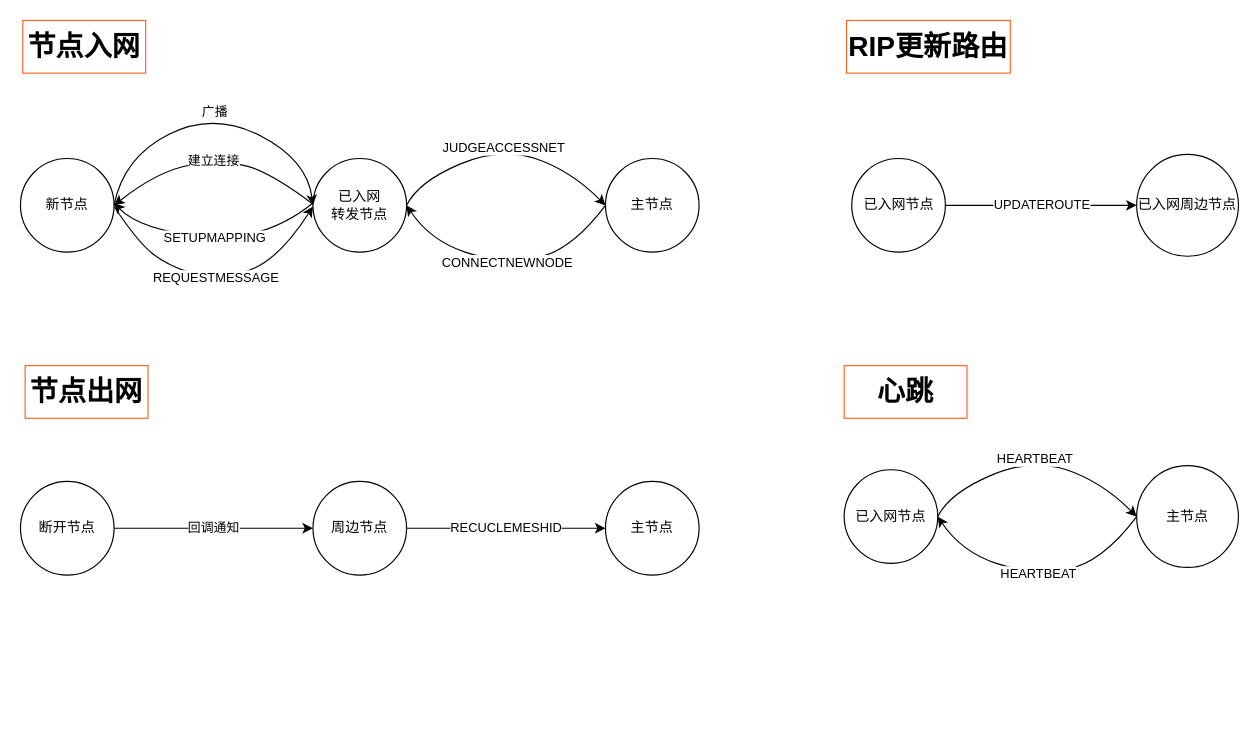
Earlier version of the draw.io diagram BLEdata.drawio (Ginkgowind/drawio). Source tidied: cells renumbered, new cells numbered last; positions are measured from the earlier drawing's top-left corner, leaving out a move shared by most shapes. Both pictures are drawn from the tidied source at 117%, with x=0, y=0 at pixel (20, 20).
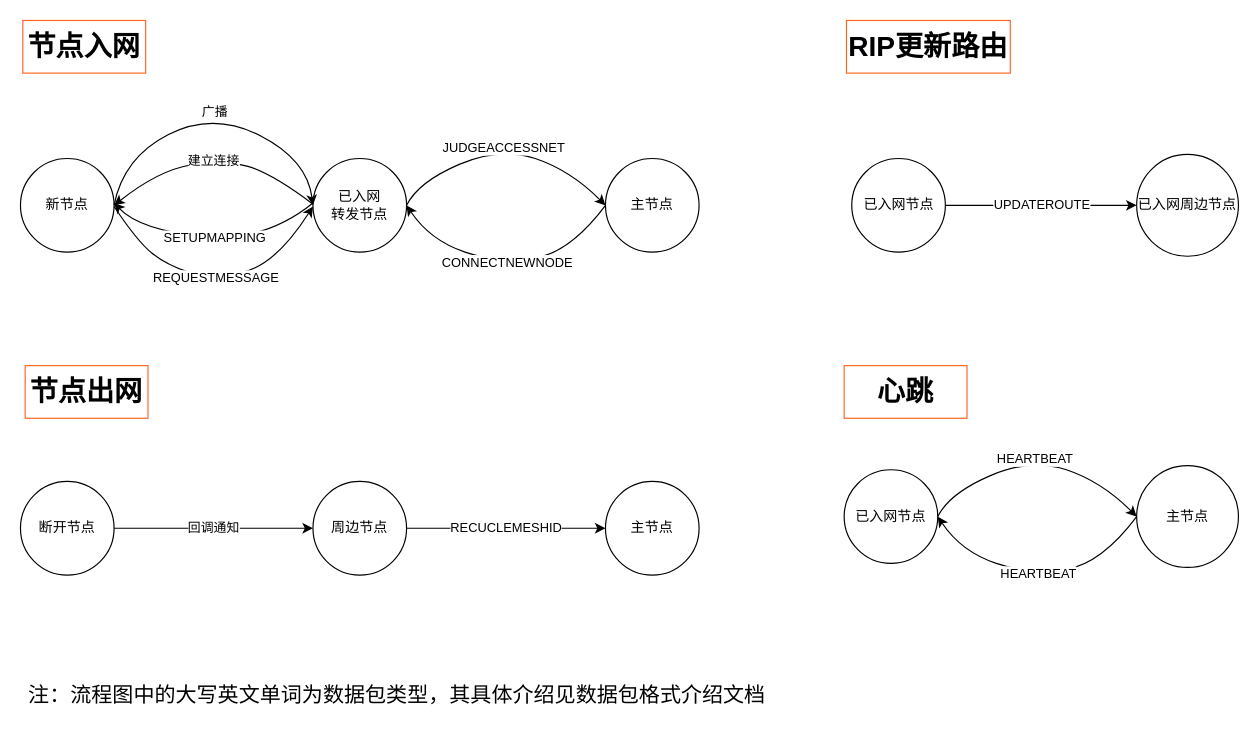
The same page after the edit.

Diff of the diagram source:
```diff
@@
+    <mxCell id="27" value="&lt;font style=&quot;font-size: 18px;&quot;&gt;注：流程图中的大写英文单词为数据包类型，其具体介绍见数据包格式介绍文档&lt;/font&gt;" style="text;html=1;strokeColor=none;fillColor=none;align=center;verticalAlign=middle;whiteSpace=wrap;rounded=0;" parent="1" vertex="1">
+      <mxGeometry x="4" y="553" width="636" height="48" as="geometry" />
+    </mxCell>
```
